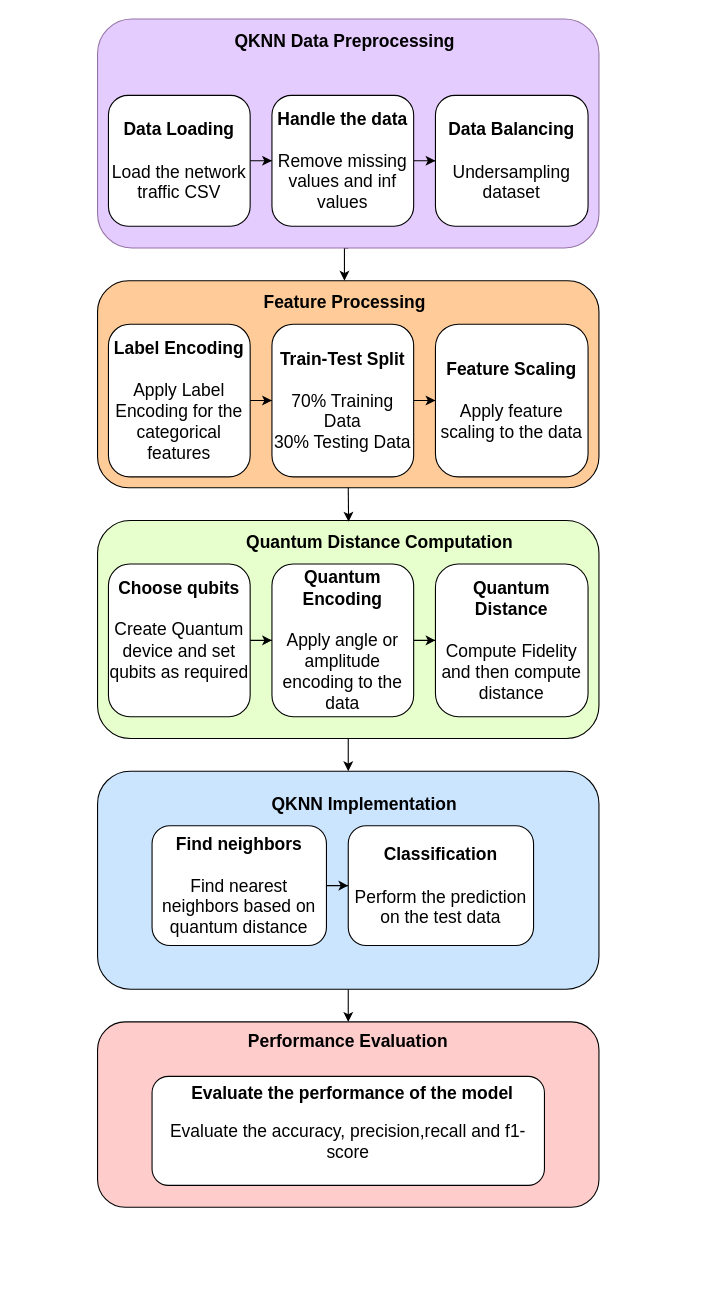
Earlier version of the draw.io diagram Copy of QKNN.drawio (AkshayMMurthy/abc). Source tidied: cells renumbered, new cells numbered last; positions are measured from the earlier drawing's top-left corner, leaving out a move shared by most shapes. Both pictures are drawn from the tidied source at 109%, with x=0, y=0 at pixel (23, 19).
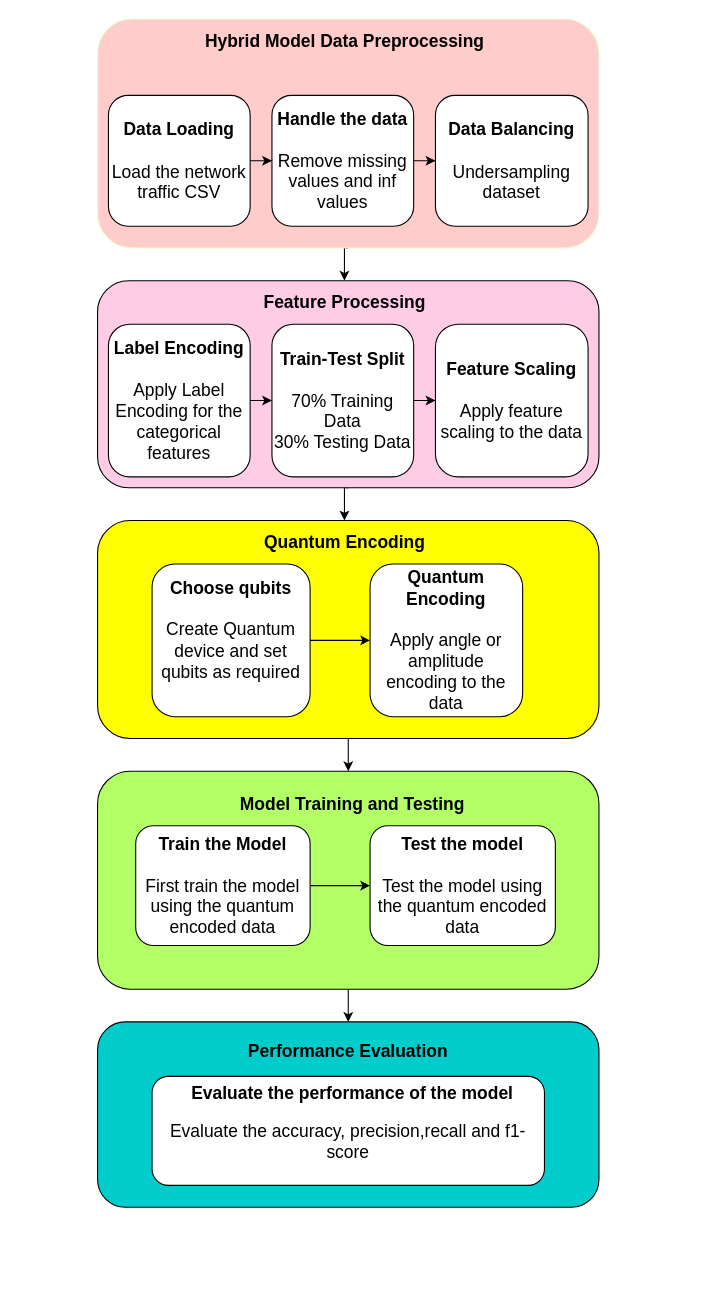
After the change.

Change to the diagram source:
```diff
@@
-    <mxCell id="3" style="rounded=1;whiteSpace=wrap;html=1;fillColor=#E5CCFF;strokeColor=#9673a6;fontSize=16;" parent="1" vertex="1">
+    <mxCell id="3" style="rounded=1;whiteSpace=wrap;html=1;fillColor=#FFCCCC;strokeColor=#E6FFCC;fontSize=16;" parent="1" vertex="1">
       <mxGeometry x="68" width="460" height="210" as="geometry" />
     </mxCell>
@@
-    <mxCell id="5" style="rounded=1;whiteSpace=wrap;html=1;fillColor=light-dark(#CCE5FF,#FFCCFF);fontSize=16;" parent="1" vertex="1">
+    <mxCell id="5" style="rounded=1;whiteSpace=wrap;html=1;fillColor=light-dark(#B3FF66,#FFCCFF);fontSize=16;" parent="1" vertex="1">
       <mxGeometry x="68" y="690" width="460" height="200" as="geometry" />
     </mxCell>
-    <mxCell id="6" value="&lt;font&gt;&lt;b&gt;QKNN Data Preprocessing&lt;/b&gt;&lt;/font&gt;" style="text;html=1;align=center;verticalAlign=middle;whiteSpace=wrap;rounded=0;fontSize=16;" parent="1" vertex="1">
+    <mxCell id="6" value="&lt;font&gt;&lt;b&gt;Hybrid Model Data Preprocessing&lt;/b&gt;&lt;/font&gt;" style="text;html=1;align=center;verticalAlign=middle;whiteSpace=wrap;rounded=0;fontSize=16;" parent="1" vertex="1">
       <mxGeometry x="-0.5" width="590" height="40" as="geometry" />
     </mxCell>
@@
-    <mxCell id="12" value="&lt;span&gt;&lt;b&gt;QKNN Implementation&lt;/b&gt;&lt;/span&gt;" style="text;html=1;align=center;verticalAlign=middle;whiteSpace=wrap;rounded=0;fontSize=16;" parent="1" vertex="1">
-      <mxGeometry x="18" y="700" width="590" height="40" as="geometry" />
+    <mxCell id="12" value="&lt;b&gt;Model Training and Testing&lt;/b&gt;" style="text;html=1;align=center;verticalAlign=middle;whiteSpace=wrap;rounded=0;fontSize=16;" parent="1" vertex="1">
+      <mxGeometry x="7.1" y="700" width="590" height="40" as="geometry" />
     </mxCell>
@@
-    <mxCell id="14" value="&lt;div&gt;&lt;span&gt;&lt;b&gt;Find neighbors&lt;/b&gt;&lt;/span&gt;&lt;/div&gt;&lt;div&gt;&lt;span&gt;&lt;b&gt;&lt;br&gt;&lt;/b&gt;&lt;/span&gt;&lt;/div&gt;Find nearest neighbors based on quantum distance" style="rounded=1;whiteSpace=wrap;html=1;fontSize=16;" parent="1" vertex="1">
-      <mxGeometry x="118" y="740" width="160" height="110" as="geometry" />
+    <mxCell id="14" value="&lt;div&gt;&lt;b&gt;Train the Model&lt;/b&gt;&lt;/div&gt;&lt;br&gt;&lt;div&gt;First train the model using the quantum encoded data&lt;/div&gt;" style="rounded=1;whiteSpace=wrap;html=1;fontSize=16;" parent="1" vertex="1">
+      <mxGeometry x="103" y="740" width="160" height="110" as="geometry" />
     </mxCell>
-    <mxCell id="15" value="&lt;div&gt;&lt;span&gt;&lt;b&gt;Classification&lt;/b&gt;&lt;/span&gt;&lt;/div&gt;&lt;div&gt;&lt;span&gt;&lt;b&gt;&lt;br&gt;&lt;/b&gt;&lt;/span&gt;&lt;/div&gt;&lt;div&gt;Perform the prediction on the test data&lt;/div&gt;" style="rounded=1;whiteSpace=wrap;html=1;fontSize=16;" parent="1" vertex="1">
-      <mxGeometry x="298" y="740" width="170" height="110" as="geometry" />
+    <mxCell id="15" value="&lt;div&gt;&lt;b&gt;Test the model&lt;/b&gt;&lt;/div&gt;&lt;div&gt;&lt;b&gt;&lt;br&gt;&lt;/b&gt;&lt;/div&gt;&lt;div&gt;Test the model using the quantum encoded data&lt;/div&gt;" style="rounded=1;whiteSpace=wrap;html=1;fontSize=16;" parent="1" vertex="1">
+      <mxGeometry x="318" y="740" width="170" height="110" as="geometry" />
     </mxCell>
@@
-    <mxCell id="17" style="rounded=1;whiteSpace=wrap;html=1;fillColor=light-dark(#E6FFCC,#99FFFF);fontSize=16;" parent="1" vertex="1">
+    <mxCell id="17" style="rounded=1;whiteSpace=wrap;html=1;fillColor=light-dark(#FFFF00,#99FFFF);fontSize=16;" parent="1" vertex="1">
       <mxGeometry x="68" y="460" width="460" height="200" as="geometry" />
     </mxCell>
-    <mxCell id="18" value="&lt;font&gt;&lt;b&gt;Quantum Distance Computation&lt;/b&gt;&lt;/font&gt;" style="text;html=1;align=center;verticalAlign=middle;whiteSpace=wrap;rounded=0;fontSize=16;" parent="1" vertex="1">
-      <mxGeometry x="28" y="460" width="598" height="40" as="geometry" />
+    <mxCell id="18" value="&lt;b&gt;Quantum Encoding&lt;/b&gt;" style="text;html=1;align=center;verticalAlign=middle;whiteSpace=wrap;rounded=0;fontSize=16;" parent="1" vertex="1">
+      <mxGeometry x="-4.5" y="460" width="598" height="40" as="geometry" />
     </mxCell>
-    <mxCell id="19" style="edgeStyle=orthogonalEdgeStyle;rounded=0;jettySize=auto;html=1;fontSize=16;" parent="1" edge="1" source="20" target="23">
-      <mxGeometry relative="1" as="geometry" />
-    </mxCell>
     <mxCell id="20" value="&lt;div&gt;&lt;span&gt;&lt;b&gt;Quantum Encoding&lt;/b&gt;&lt;/span&gt;&lt;/div&gt;&lt;div&gt;&lt;span&gt;&lt;b&gt;&lt;br&gt;&lt;/b&gt;&lt;/span&gt;&lt;/div&gt;&lt;div&gt;Apply angle or amplitude encoding to the data&lt;/div&gt;" style="rounded=1;whiteSpace=wrap;html=1;fontSize=16;" parent="1" vertex="1">
-      <mxGeometry x="228" y="500" width="130" height="140" as="geometry" />
+      <mxGeometry x="318" y="500" width="140" height="140" as="geometry" />
     </mxCell>
@@
     <mxCell id="22" value="&lt;span&gt;&lt;b&gt;Choose qubits&lt;/b&gt;&lt;/span&gt;&lt;br&gt;&lt;div&gt;&lt;br&gt;&lt;/div&gt;&lt;div&gt;Create Quantum device and set qubits as required&lt;/div&gt;&lt;div&gt;&lt;br&gt;&lt;/div&gt;" style="rounded=1;whiteSpace=wrap;html=1;fontSize=16;" parent="1" vertex="1">
-      <mxGeometry x="78" y="500" width="130" height="140" as="geometry" />
+      <mxGeometry x="118" y="500" width="145" height="140" as="geometry" />
     </mxCell>
-    <mxCell id="23" value="&lt;div&gt;&lt;span&gt;&lt;b&gt;Quantum Distance&lt;/b&gt;&lt;/span&gt;&lt;/div&gt;&lt;div&gt;&lt;span&gt;&lt;b&gt;&lt;br&gt;&lt;/b&gt;&lt;/span&gt;&lt;/div&gt;&lt;div&gt;Compute Fidelity&lt;/div&gt;&lt;div&gt;and then compute distance&lt;/div&gt;" style="rounded=1;whiteSpace=wrap;html=1;fontSize=16;" parent="1" vertex="1">
-      <mxGeometry x="378" y="500" width="140" height="140" as="geometry" />
-    </mxCell>
+    <mxCell id="32" style="edgeStyle=orthogonalEdgeStyle;rounded=0;jettySize=auto;html=1;exitX=0.5;exitY=1;exitDx=0;exitDy=0;entryX=0.5;entryY=0;entryDx=0;entryDy=0;" parent="1" edge="1" source="24" target="18">
+      <mxGeometry relative="1" as="geometry" />
+    </mxCell>
-    <mxCell id="24" style="rounded=1;whiteSpace=wrap;html=1;fillColor=light-dark(#FFCC99,#99FFFF);fontSize=16;" parent="1" vertex="1">
+    <mxCell id="24" style="rounded=1;whiteSpace=wrap;html=1;fillColor=light-dark(#FFCCE6,#99FFFF);fontSize=16;" parent="1" vertex="1">
       <mxGeometry x="68" y="240" width="460" height="190" as="geometry" />
     </mxCell>
@@
-    <mxCell id="32" style="edgeStyle=orthogonalEdgeStyle;rounded=0;jettySize=auto;html=1;exitX=0.5;exitY=1;exitDx=0;exitDy=0;entryX=0.452;entryY=0.027;entryDx=0;entryDy=0;entryPerimeter=0;fontSize=16;" parent="1" edge="1" source="24" target="18">
-      <mxGeometry relative="1" as="geometry" />
-    </mxCell>
-    <mxCell id="33" value="&lt;div&gt;&lt;br&gt;&lt;/div&gt;&lt;div&gt;&lt;br&gt;&lt;/div&gt;&lt;div&gt;&lt;br&gt;&lt;/div&gt;&lt;div&gt;&lt;b&gt;Performance Evaluation&lt;/b&gt;&lt;/div&gt;&lt;div&gt;&lt;div&gt;&lt;font&gt;&lt;b&gt;&lt;br&gt;&lt;/b&gt;&lt;/font&gt;&lt;/div&gt;&lt;div&gt;&lt;font&gt;&lt;b&gt;&lt;br&gt;&lt;/b&gt;&lt;/font&gt;&lt;/div&gt;&lt;div&gt;&lt;font&gt;&lt;b&gt;&lt;br&gt;&lt;/b&gt;&lt;/font&gt;&lt;/div&gt;&lt;div&gt;&lt;font&gt;&lt;b&gt;&lt;br&gt;&lt;/b&gt;&lt;/font&gt;&lt;/div&gt;&lt;div&gt;&lt;font&gt;&lt;b&gt;&lt;br&gt;&lt;/b&gt;&lt;/font&gt;&lt;/div&gt;&lt;div&gt;&lt;font&gt;&lt;b&gt;&lt;br&gt;&lt;/b&gt;&lt;/font&gt;&lt;/div&gt;&lt;div&gt;&lt;font&gt;&lt;b&gt;&lt;br&gt;&lt;/b&gt;&lt;/font&gt;&lt;/div&gt;&lt;div&gt;&lt;font&gt;&lt;b&gt;&lt;br&gt;&lt;/b&gt;&lt;/font&gt;&lt;/div&gt;&lt;div&gt;&lt;font&gt;&lt;b&gt;&lt;br&gt;&lt;/b&gt;&lt;/font&gt;&lt;/div&gt;&lt;div&gt;&lt;br&gt;&lt;/div&gt;&lt;/div&gt;" style="rounded=1;whiteSpace=wrap;html=1;fillColor=light-dark(#FFCCCC,#CCFFCC);fontSize=16;" parent="1" vertex="1">
+    <mxCell id="33" value="&lt;div&gt;&lt;br&gt;&lt;/div&gt;&lt;div&gt;&lt;br&gt;&lt;/div&gt;&lt;div&gt;&lt;br&gt;&lt;/div&gt;&lt;div&gt;&lt;b&gt;&lt;br&gt;&lt;/b&gt;&lt;/div&gt;&lt;div&gt;&lt;b&gt;Performance Evaluation&lt;/b&gt;&lt;/div&gt;&lt;div&gt;&lt;div&gt;&lt;font&gt;&lt;b&gt;&lt;br&gt;&lt;/b&gt;&lt;/font&gt;&lt;/div&gt;&lt;div&gt;&lt;font&gt;&lt;b&gt;&lt;br&gt;&lt;/b&gt;&lt;/font&gt;&lt;/div&gt;&lt;div&gt;&lt;font&gt;&lt;b&gt;&lt;br&gt;&lt;/b&gt;&lt;/font&gt;&lt;/div&gt;&lt;div&gt;&lt;font&gt;&lt;b&gt;&lt;br&gt;&lt;/b&gt;&lt;/font&gt;&lt;/div&gt;&lt;div&gt;&lt;font&gt;&lt;b&gt;&lt;br&gt;&lt;/b&gt;&lt;/font&gt;&lt;/div&gt;&lt;div&gt;&lt;font&gt;&lt;b&gt;&lt;br&gt;&lt;/b&gt;&lt;/font&gt;&lt;/div&gt;&lt;div&gt;&lt;font&gt;&lt;b&gt;&lt;br&gt;&lt;/b&gt;&lt;/font&gt;&lt;/div&gt;&lt;div&gt;&lt;font&gt;&lt;b&gt;&lt;br&gt;&lt;/b&gt;&lt;/font&gt;&lt;/div&gt;&lt;div&gt;&lt;font&gt;&lt;b&gt;&lt;br&gt;&lt;/b&gt;&lt;/font&gt;&lt;/div&gt;&lt;div&gt;&lt;br&gt;&lt;/div&gt;&lt;/div&gt;" style="rounded=1;whiteSpace=wrap;html=1;fillColor=light-dark(#00CCCC,#CCFFCC);fontSize=16;" parent="1" vertex="1">
       <mxGeometry x="68" y="920" width="460" height="170" as="geometry" />
     </mxCell>
```
